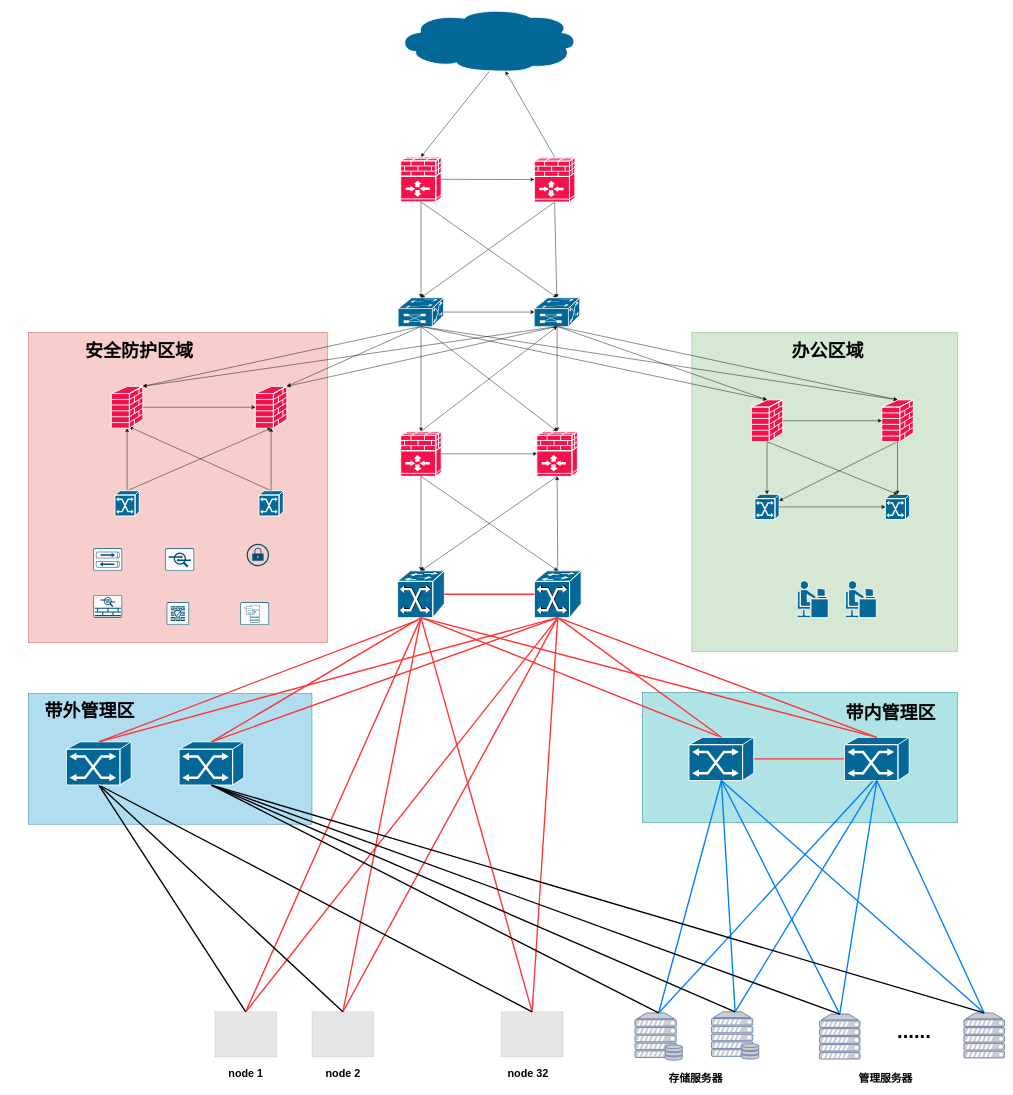
Above: 数据中心组网-32nodes.drawio in hel-2000/network-draw (draw.io), before the change. Source tidied: cells renumbered, new cells numbered last; positions are measured from the earlier drawing's top-left corner, leaving out a move shared by most shapes. Both pictures are drawn from the tidied source at 45%, with x=0, y=0 at pixel (8, 8). Pictures stored in the file or linked from it are replaced by grey dashed boxes.
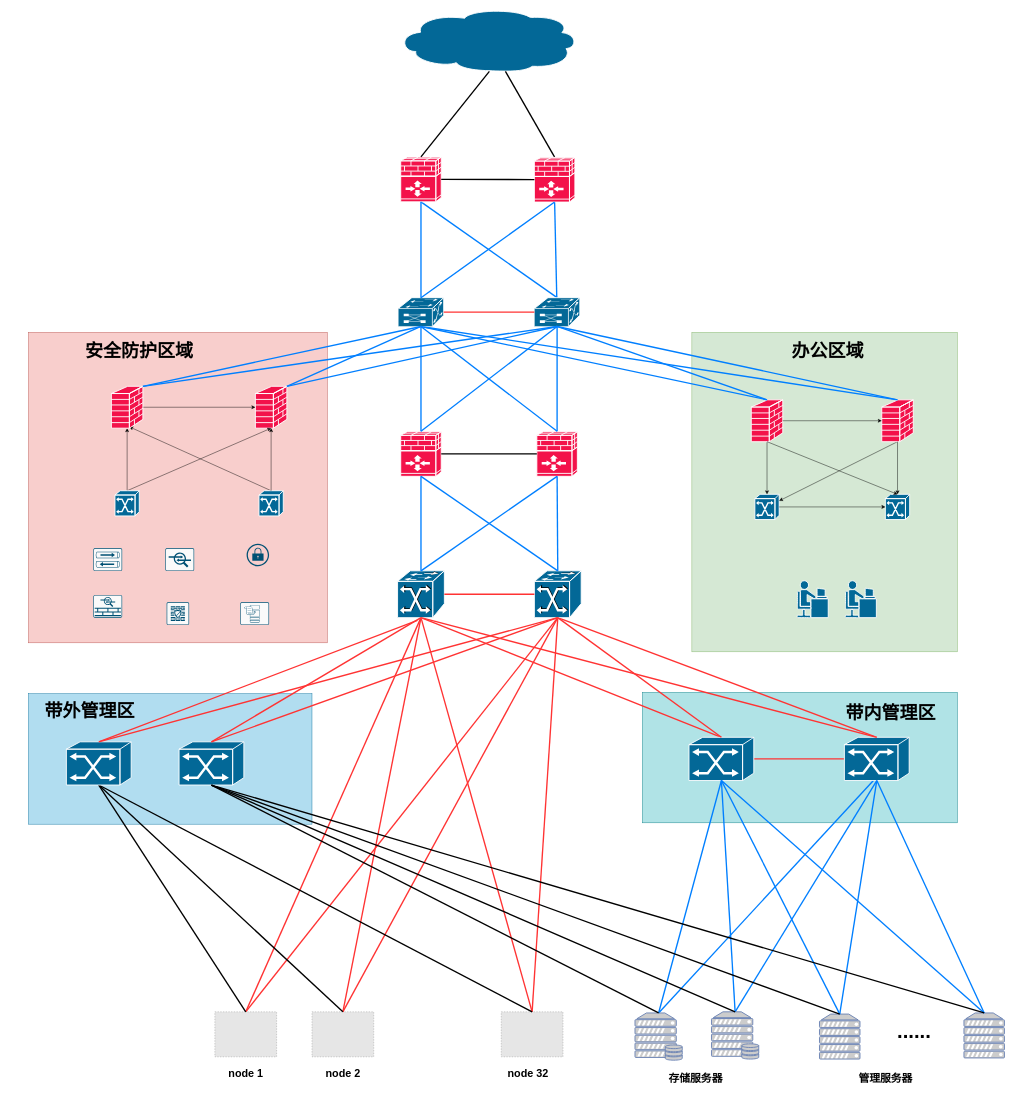
The same diagram, later.

Commit message (it also covers changes not shown here):
更新数据中心组网-32nodes.drawio

The change refers to these unchanged cells:
```xml
<mxCell id="6" style="shape=mxgraph.cisco.storage.cloud;sketch=0;html=1;dashed=0;fillColor=#036897;strokeColor=#ffffff;strokeWidth=2;verticalLabelPosition=bottom;verticalAlign=top;align=center;outlineConnect=0;" parent="1" vertex="1">
  <mxGeometry x="865.5" width="400" height="140" as="geometry" />
</mxCell>
<mxCell id="11" style="shape=mxgraph.cisco.switches.atm_fast_gigabit_etherswitch;sketch=0;html=1;dashed=0;fillColor=#036897;strokeColor=#ffffff;strokeWidth=2;verticalLabelPosition=bottom;verticalAlign=top;align=center;outlineConnect=0;" parent="1" vertex="1">
  <mxGeometry x="866" y="1250" width="104" height="104" as="geometry" />
</mxCell>
<mxCell id="13" style="shape=mxgraph.cisco.security.ios_firewall;sketch=0;html=1;dashed=0;fillColor=#f3124a;strokeColor=#ffffff;strokeWidth=2;verticalLabelPosition=bottom;verticalAlign=top;align=center;outlineConnect=0;" parent="1" vertex="1">
  <mxGeometry x="873" y="330" width="90" height="100" as="geometry" />
</mxCell>
<mxCell id="16" style="shape=mxgraph.cisco.security.ios_firewall;sketch=0;html=1;dashed=0;fillColor=#f3124a;strokeColor=#ffffff;strokeWidth=2;verticalLabelPosition=bottom;verticalAlign=top;align=center;outlineConnect=0;" parent="1" vertex="1">
  <mxGeometry x="1170" y="330.5" width="90" height="100" as="geometry" />
</mxCell>
<mxCell id="17" style="shape=mxgraph.cisco.security.firewall;sketch=0;html=1;dashed=0;fillColor=#f3124a;strokeColor=#ffffff;strokeWidth=2;verticalLabelPosition=bottom;verticalAlign=top;align=center;outlineConnect=0;" parent="1" vertex="1">
  <mxGeometry x="550" y="840" width="70" height="93" as="geometry" />
</mxCell>
<mxCell id="24" style="shape=mxgraph.cisco.security.ios_firewall;sketch=0;html=1;dashed=0;fillColor=#f3124a;strokeColor=#ffffff;strokeWidth=2;verticalLabelPosition=bottom;verticalAlign=top;align=center;outlineConnect=0;" parent="1" vertex="1">
  <mxGeometry x="873" y="940" width="90" height="100" as="geometry" />
</mxCell>
<mxCell id="25" style="shape=mxgraph.cisco.security.ios_firewall;sketch=0;html=1;dashed=0;fillColor=#f3124a;strokeColor=#ffffff;strokeWidth=2;verticalLabelPosition=bottom;verticalAlign=top;align=center;outlineConnect=0;" parent="1" vertex="1">
  <mxGeometry x="1175.5" y="940" width="90" height="100" as="geometry" />
</mxCell>
<mxCell id="43" style="shape=mxgraph.cisco.switches.multiswitch_device;sketch=0;html=1;dashed=0;fillColor=#036897;strokeColor=#ffffff;strokeWidth=2;verticalLabelPosition=bottom;verticalAlign=top;align=center;outlineConnect=0;" parent="1" vertex="1">
  <mxGeometry x="867.5" y="643" width="101" height="64" as="geometry" />
</mxCell>
<mxCell id="45" style="shape=mxgraph.cisco.switches.multiswitch_device;sketch=0;html=1;dashed=0;fillColor=#036897;strokeColor=#ffffff;strokeWidth=2;verticalLabelPosition=bottom;verticalAlign=top;align=center;outlineConnect=0;" parent="1" vertex="1">
  <mxGeometry x="1170" y="643" width="101" height="64" as="geometry" />
</mxCell>
<mxCell id="47" style="shape=mxgraph.cisco.security.firewall;sketch=0;html=1;dashed=0;fillColor=#f3124a;strokeColor=#ffffff;strokeWidth=2;verticalLabelPosition=bottom;verticalAlign=top;align=center;outlineConnect=0;" parent="1" vertex="1">
  <mxGeometry x="230" y="840" width="70" height="93" as="geometry" />
</mxCell>
<mxCell id="49" style="shape=mxgraph.cisco.security.firewall;sketch=0;html=1;dashed=0;fillColor=#f3124a;strokeColor=#ffffff;strokeWidth=2;verticalLabelPosition=bottom;verticalAlign=top;align=center;outlineConnect=0;" parent="1" vertex="1">
  <mxGeometry x="1652" y="870" width="70" height="93" as="geometry" />
</mxCell>
<mxCell id="51" style="shape=mxgraph.cisco.security.firewall;sketch=0;html=1;dashed=0;fillColor=#f3124a;strokeColor=#ffffff;strokeWidth=2;verticalLabelPosition=bottom;verticalAlign=top;align=center;outlineConnect=0;" parent="1" vertex="1">
  <mxGeometry x="1942" y="870" width="70" height="93" as="geometry" />
</mxCell>
<mxCell id="57" style="shape=mxgraph.cisco.switches.atm_fast_gigabit_etherswitch;sketch=0;html=1;dashed=0;fillColor=#036897;strokeColor=#ffffff;strokeWidth=2;verticalLabelPosition=bottom;verticalAlign=top;align=center;outlineConnect=0;" parent="1" vertex="1">
  <mxGeometry x="1170" y="1250" width="104" height="104" as="geometry" />
</mxCell>
```

The edit, as a diff of the source:
```diff
@@
-    <mxCell id="12" style="rounded=0;jettySize=auto;html=1;exitX=0.5;exitY=1;exitDx=0;exitDy=0;exitPerimeter=0;entryX=0.5;entryY=0;entryDx=0;entryDy=0;entryPerimeter=0;" parent="1" edge="1" source="13" target="45">
+    <mxCell id="12" style="rounded=0;jettySize=auto;html=1;exitX=0.5;exitY=1;exitDx=0;exitDy=0;exitPerimeter=0;entryX=0.5;entryY=0;entryDx=0;entryDy=0;entryPerimeter=0;endArrow=none;strokeColor=#007FFF;strokeWidth=3;endFill=0;" parent="1" edge="1" source="13" target="45">
       <mxGeometry relative="1" as="geometry" />
     </mxCell>
@@
-    <mxCell id="14" style="rounded=0;jettySize=auto;html=1;exitX=0.5;exitY=1;exitDx=0;exitDy=0;exitPerimeter=0;" parent="1" edge="1" source="16" target="45">
+    <mxCell id="14" style="rounded=0;jettySize=auto;html=1;exitX=0.5;exitY=1;exitDx=0;exitDy=0;exitPerimeter=0;endArrow=none;strokeColor=#007FFF;strokeWidth=3;endFill=0;" parent="1" edge="1" source="16" target="45">
       <mxGeometry relative="1" as="geometry" />
     </mxCell>
-    <mxCell id="15" style="rounded=0;jettySize=auto;html=1;exitX=0.5;exitY=0;exitDx=0;exitDy=0;exitPerimeter=0;" parent="1" edge="1" source="16" target="6">
+    <mxCell id="15" style="rounded=0;jettySize=auto;html=1;exitX=0.5;exitY=0;exitDx=0;exitDy=0;exitPerimeter=0;endArrow=none;strokeWidth=3;endFill=0;" parent="1" edge="1" source="16" target="6">
       <mxGeometry relative="1" as="geometry" />
     </mxCell>
@@
-    <mxCell id="41" style="rounded=0;jettySize=auto;html=1;exitX=0.5;exitY=1;exitDx=0;exitDy=0;exitPerimeter=0;entryX=1;entryY=0;entryDx=0;entryDy=0;entryPerimeter=0;" parent="1" edge="1" source="43" target="17">
+    <mxCell id="41" style="rounded=0;jettySize=auto;html=1;exitX=0.5;exitY=1;exitDx=0;exitDy=0;exitPerimeter=0;entryX=1;entryY=0;entryDx=0;entryDy=0;entryPerimeter=0;endArrow=none;strokeColor=#007FFF;strokeWidth=3;endFill=0;" parent="1" edge="1" source="43" target="17">
       <mxGeometry relative="1" as="geometry" />
     </mxCell>
-    <mxCell id="42" style="rounded=0;jettySize=auto;html=1;exitX=0.5;exitY=1;exitDx=0;exitDy=0;exitPerimeter=0;entryX=0.5;entryY=0;entryDx=0;entryDy=0;entryPerimeter=0;" parent="1" edge="1" source="43" target="51">
+    <mxCell id="42" style="rounded=0;jettySize=auto;html=1;exitX=0.5;exitY=1;exitDx=0;exitDy=0;exitPerimeter=0;entryX=0.5;entryY=0;entryDx=0;entryDy=0;entryPerimeter=0;endArrow=none;strokeColor=#007FFF;strokeWidth=3;endFill=0;" parent="1" edge="1" source="43" target="51">
       <mxGeometry relative="1" as="geometry" />
     </mxCell>
@@
-    <mxCell id="44" style="rounded=0;jettySize=auto;html=1;exitX=0.5;exitY=1;exitDx=0;exitDy=0;exitPerimeter=0;entryX=0.5;entryY=0;entryDx=0;entryDy=0;entryPerimeter=0;" parent="1" edge="1" source="45" target="49">
+    <mxCell id="44" style="rounded=0;jettySize=auto;html=1;exitX=0.5;exitY=1;exitDx=0;exitDy=0;exitPerimeter=0;entryX=0.5;entryY=0;entryDx=0;entryDy=0;entryPerimeter=0;endArrow=none;strokeColor=#007FFF;strokeWidth=3;endFill=0;" parent="1" edge="1" source="45" target="49">
       <mxGeometry relative="1" as="geometry" />
     </mxCell>
@@
-    <mxCell id="59" style="rounded=0;jettySize=auto;html=1;exitX=0.5;exitY=1;exitDx=0;exitDy=0;exitPerimeter=0;entryX=0.5;entryY=0;entryDx=0;entryDy=0;entryPerimeter=0;" parent="1" edge="1" source="13" target="43">
+    <mxCell id="59" style="rounded=0;jettySize=auto;html=1;exitX=0.5;exitY=1;exitDx=0;exitDy=0;exitPerimeter=0;entryX=0.5;entryY=0;entryDx=0;entryDy=0;entryPerimeter=0;endArrow=none;strokeColor=#007FFF;strokeWidth=3;endFill=0;" parent="1" edge="1" source="13" target="43">
       <mxGeometry relative="1" as="geometry" />
     </mxCell>
-    <mxCell id="60" style="rounded=0;jettySize=auto;html=1;exitX=0.5;exitY=1;exitDx=0;exitDy=0;exitPerimeter=0;entryX=0.5;entryY=0;entryDx=0;entryDy=0;entryPerimeter=0;" parent="1" edge="1" source="16" target="43">
+    <mxCell id="60" style="rounded=0;jettySize=auto;html=1;exitX=0.5;exitY=1;exitDx=0;exitDy=0;exitPerimeter=0;entryX=0.5;entryY=0;entryDx=0;entryDy=0;entryPerimeter=0;endArrow=none;strokeColor=#007FFF;strokeWidth=3;endFill=0;" parent="1" edge="1" source="16" target="43">
       <mxGeometry relative="1" as="geometry" />
     </mxCell>
-    <mxCell id="61" style="rounded=0;jettySize=auto;html=1;exitX=1;exitY=0.5;exitDx=0;exitDy=0;exitPerimeter=0;entryX=0;entryY=0.5;entryDx=0;entryDy=0;entryPerimeter=0;" parent="1" edge="1" source="13" target="16">
+    <mxCell id="61" style="rounded=0;jettySize=auto;html=1;exitX=1;exitY=0.5;exitDx=0;exitDy=0;exitPerimeter=0;entryX=0;entryY=0.5;entryDx=0;entryDy=0;entryPerimeter=0;endArrow=none;strokeWidth=3;endFill=0;" parent="1" edge="1" source="13" target="16">
       <mxGeometry relative="1" as="geometry" />
     </mxCell>
-    <mxCell id="62" style="rounded=0;jettySize=auto;html=1;exitX=1;exitY=0.5;exitDx=0;exitDy=0;exitPerimeter=0;entryX=0;entryY=0.5;entryDx=0;entryDy=0;entryPerimeter=0;" parent="1" edge="1" source="43" target="45">
+    <mxCell id="62" style="rounded=0;jettySize=auto;html=1;exitX=1;exitY=0.5;exitDx=0;exitDy=0;exitPerimeter=0;entryX=0;entryY=0.5;entryDx=0;entryDy=0;entryPerimeter=0;endArrow=none;strokeColor=#FF3333;strokeWidth=3;endFill=0;" parent="1" edge="1" source="43" target="45">
       <mxGeometry relative="1" as="geometry" />
     </mxCell>
-    <mxCell id="63" style="rounded=0;jettySize=auto;html=1;exitX=0.5;exitY=1;exitDx=0;exitDy=0;exitPerimeter=0;entryX=0.5;entryY=0;entryDx=0;entryDy=0;entryPerimeter=0;" parent="1" edge="1" source="43" target="24">
+    <mxCell id="63" style="rounded=0;jettySize=auto;html=1;exitX=0.5;exitY=1;exitDx=0;exitDy=0;exitPerimeter=0;entryX=0.5;entryY=0;entryDx=0;entryDy=0;entryPerimeter=0;endArrow=none;strokeColor=#007FFF;strokeWidth=3;endFill=0;" parent="1" edge="1" source="43" target="24">
       <mxGeometry relative="1" as="geometry" />
     </mxCell>
-    <mxCell id="64" style="rounded=0;jettySize=auto;html=1;exitX=0.5;exitY=1;exitDx=0;exitDy=0;exitPerimeter=0;entryX=0.5;entryY=0;entryDx=0;entryDy=0;entryPerimeter=0;" parent="1" edge="1" source="43" target="25">
+    <mxCell id="64" style="rounded=0;jettySize=auto;html=1;exitX=0.5;exitY=1;exitDx=0;exitDy=0;exitPerimeter=0;entryX=0.5;entryY=0;entryDx=0;entryDy=0;entryPerimeter=0;endArrow=none;strokeColor=#007FFF;strokeWidth=3;endFill=0;" parent="1" edge="1" source="43" target="25">
       <mxGeometry relative="1" as="geometry" />
     </mxCell>
-    <mxCell id="65" style="rounded=0;jettySize=auto;html=1;exitX=0.5;exitY=0;exitDx=0;exitDy=0;exitPerimeter=0;entryX=0.5;entryY=1;entryDx=0;entryDy=0;entryPerimeter=0;" parent="1" edge="1" source="24" target="45">
+    <mxCell id="65" style="rounded=0;jettySize=auto;html=1;exitX=0.5;exitY=0;exitDx=0;exitDy=0;exitPerimeter=0;entryX=0.5;entryY=1;entryDx=0;entryDy=0;entryPerimeter=0;endArrow=none;strokeColor=#007FFF;strokeWidth=3;endFill=0;" parent="1" edge="1" source="24" target="45">
       <mxGeometry relative="1" as="geometry" />
     </mxCell>
-    <mxCell id="66" style="rounded=0;jettySize=auto;html=1;exitX=0.5;exitY=1;exitDx=0;exitDy=0;exitPerimeter=0;entryX=0.5;entryY=0;entryDx=0;entryDy=0;entryPerimeter=0;" parent="1" edge="1" source="45" target="25">
+    <mxCell id="66" style="rounded=0;jettySize=auto;html=1;exitX=0.5;exitY=1;exitDx=0;exitDy=0;exitPerimeter=0;entryX=0.5;entryY=0;entryDx=0;entryDy=0;entryPerimeter=0;endArrow=none;strokeColor=#007FFF;strokeWidth=3;endFill=0;" parent="1" edge="1" source="45" target="25">
       <mxGeometry relative="1" as="geometry" />
     </mxCell>
-    <mxCell id="67" style="edgeStyle=orthogonalEdgeStyle;rounded=0;jettySize=auto;html=1;exitX=1;exitY=0.5;exitDx=0;exitDy=0;exitPerimeter=0;entryX=0;entryY=0.5;entryDx=0;entryDy=0;entryPerimeter=0;" parent="1" edge="1" source="24" target="25">
+    <mxCell id="67" style="edgeStyle=orthogonalEdgeStyle;rounded=0;jettySize=auto;html=1;exitX=1;exitY=0.5;exitDx=0;exitDy=0;exitPerimeter=0;entryX=0;entryY=0.5;entryDx=0;entryDy=0;entryPerimeter=0;endArrow=none;strokeWidth=3;endFill=0;" parent="1" edge="1" source="24" target="25">
       <mxGeometry relative="1" as="geometry" />
     </mxCell>
-    <mxCell id="68" style="rounded=0;jettySize=auto;html=1;entryX=0.5;entryY=0;entryDx=0;entryDy=0;entryPerimeter=0;" parent="1" edge="1" target="13">
+    <mxCell id="68" style="rounded=0;jettySize=auto;html=1;entryX=0.5;entryY=0;entryDx=0;entryDy=0;entryPerimeter=0;endArrow=none;strokeWidth=3;endFill=0;" parent="1" edge="1" target="13">
       <mxGeometry relative="1" as="geometry">
         <mxPoint x="1070" y="140" as="sourcePoint" />
       </mxGeometry>
     </mxCell>
-    <mxCell id="69" style="rounded=0;jettySize=auto;html=1;exitX=0.5;exitY=1;exitDx=0;exitDy=0;exitPerimeter=0;entryX=0.5;entryY=0;entryDx=0;entryDy=0;entryPerimeter=0;" parent="1" edge="1" source="24" target="11">
+    <mxCell id="69" style="rounded=0;jettySize=auto;html=1;exitX=0.5;exitY=1;exitDx=0;exitDy=0;exitPerimeter=0;entryX=0.5;entryY=0;entryDx=0;entryDy=0;entryPerimeter=0;endArrow=none;strokeColor=#007FFF;strokeWidth=3;endFill=0;" parent="1" edge="1" source="24" target="11">
       <mxGeometry relative="1" as="geometry" />
     </mxCell>
-    <mxCell id="70" style="rounded=0;jettySize=auto;html=1;exitX=0.5;exitY=1;exitDx=0;exitDy=0;exitPerimeter=0;entryX=0.5;entryY=0;entryDx=0;entryDy=0;entryPerimeter=0;" parent="1" edge="1" source="25" target="11">
+    <mxCell id="70" style="rounded=0;jettySize=auto;html=1;exitX=0.5;exitY=1;exitDx=0;exitDy=0;exitPerimeter=0;entryX=0.5;entryY=0;entryDx=0;entryDy=0;entryPerimeter=0;endArrow=none;strokeColor=#007FFF;strokeWidth=3;endFill=0;" parent="1" edge="1" source="25" target="11">
       <mxGeometry relative="1" as="geometry" />
     </mxCell>
-    <mxCell id="71" style="rounded=0;jettySize=auto;html=1;exitX=0.5;exitY=0;exitDx=0;exitDy=0;exitPerimeter=0;entryX=0.5;entryY=1;entryDx=0;entryDy=0;entryPerimeter=0;" parent="1" edge="1" source="57" target="25">
+    <mxCell id="71" style="rounded=0;jettySize=auto;html=1;exitX=0.5;exitY=0;exitDx=0;exitDy=0;exitPerimeter=0;entryX=0.5;entryY=1;entryDx=0;entryDy=0;entryPerimeter=0;endArrow=none;strokeColor=#007FFF;strokeWidth=3;endFill=0;" parent="1" edge="1" source="57" target="25">
       <mxGeometry relative="1" as="geometry" />
     </mxCell>
-    <mxCell id="72" style="rounded=0;jettySize=auto;html=1;exitX=0.5;exitY=1;exitDx=0;exitDy=0;exitPerimeter=0;entryX=0.5;entryY=0;entryDx=0;entryDy=0;entryPerimeter=0;" parent="1" edge="1" source="24" target="57">
+    <mxCell id="72" style="rounded=0;jettySize=auto;html=1;exitX=0.5;exitY=1;exitDx=0;exitDy=0;exitPerimeter=0;entryX=0.5;entryY=0;entryDx=0;entryDy=0;entryPerimeter=0;endArrow=none;strokeColor=#007FFF;strokeWidth=3;endFill=0;" parent="1" edge="1" source="24" target="57">
       <mxGeometry relative="1" as="geometry" />
     </mxCell>
@@
-    <mxCell id="75" style="rounded=0;jettySize=auto;html=1;exitX=0.5;exitY=1;exitDx=0;exitDy=0;exitPerimeter=0;entryX=1;entryY=0;entryDx=0;entryDy=0;entryPerimeter=0;" parent="1" edge="1" source="43" target="47">
+    <mxCell id="75" style="rounded=0;jettySize=auto;html=1;exitX=0.5;exitY=1;exitDx=0;exitDy=0;exitPerimeter=0;entryX=1;entryY=0;entryDx=0;entryDy=0;entryPerimeter=0;endArrow=none;strokeColor=#007FFF;strokeWidth=3;endFill=0;" parent="1" edge="1" source="43" target="47">
       <mxGeometry relative="1" as="geometry" />
     </mxCell>
-    <mxCell id="76" style="rounded=0;jettySize=auto;html=1;exitX=0.5;exitY=1;exitDx=0;exitDy=0;exitPerimeter=0;entryX=1;entryY=0;entryDx=0;entryDy=0;entryPerimeter=0;" parent="1" edge="1" source="45" target="17">
+    <mxCell id="76" style="rounded=0;jettySize=auto;html=1;exitX=0.5;exitY=1;exitDx=0;exitDy=0;exitPerimeter=0;entryX=1;entryY=0;entryDx=0;entryDy=0;entryPerimeter=0;endArrow=none;strokeColor=#007FFF;strokeWidth=3;endFill=0;" parent="1" edge="1" source="45" target="17">
       <mxGeometry relative="1" as="geometry" />
     </mxCell>
-    <mxCell id="77" style="rounded=0;jettySize=auto;html=1;exitX=0.5;exitY=1;exitDx=0;exitDy=0;exitPerimeter=0;entryX=1;entryY=0;entryDx=0;entryDy=0;entryPerimeter=0;" parent="1" edge="1" source="45" target="47">
+    <mxCell id="77" style="rounded=0;jettySize=auto;html=1;exitX=0.5;exitY=1;exitDx=0;exitDy=0;exitPerimeter=0;entryX=1;entryY=0;entryDx=0;entryDy=0;entryPerimeter=0;endArrow=none;strokeColor=#007FFF;strokeWidth=3;endFill=0;" parent="1" edge="1" source="45" target="47">
       <mxGeometry relative="1" as="geometry" />
     </mxCell>
-    <mxCell id="78" style="rounded=0;jettySize=auto;html=1;exitX=0.5;exitY=1;exitDx=0;exitDy=0;exitPerimeter=0;entryX=0.5;entryY=0;entryDx=0;entryDy=0;entryPerimeter=0;" parent="1" edge="1" source="43" target="49">
+    <mxCell id="78" style="rounded=0;jettySize=auto;html=1;exitX=0.5;exitY=1;exitDx=0;exitDy=0;exitPerimeter=0;entryX=0.5;entryY=0;entryDx=0;entryDy=0;entryPerimeter=0;endArrow=none;strokeColor=#007FFF;strokeWidth=3;endFill=0;" parent="1" edge="1" source="43" target="49">
       <mxGeometry relative="1" as="geometry" />
     </mxCell>
-    <mxCell id="79" style="rounded=0;jettySize=auto;html=1;exitX=0.5;exitY=1;exitDx=0;exitDy=0;exitPerimeter=0;entryX=0.5;entryY=0;entryDx=0;entryDy=0;entryPerimeter=0;" parent="1" edge="1" source="45" target="51">
+    <mxCell id="79" style="rounded=0;jettySize=auto;html=1;exitX=0.5;exitY=1;exitDx=0;exitDy=0;exitPerimeter=0;entryX=0.5;entryY=0;entryDx=0;entryDy=0;entryPerimeter=0;endArrow=none;strokeColor=#007FFF;strokeWidth=3;endFill=0;" parent="1" edge="1" source="45" target="51">
       <mxGeometry relative="1" as="geometry" />
     </mxCell>
```
